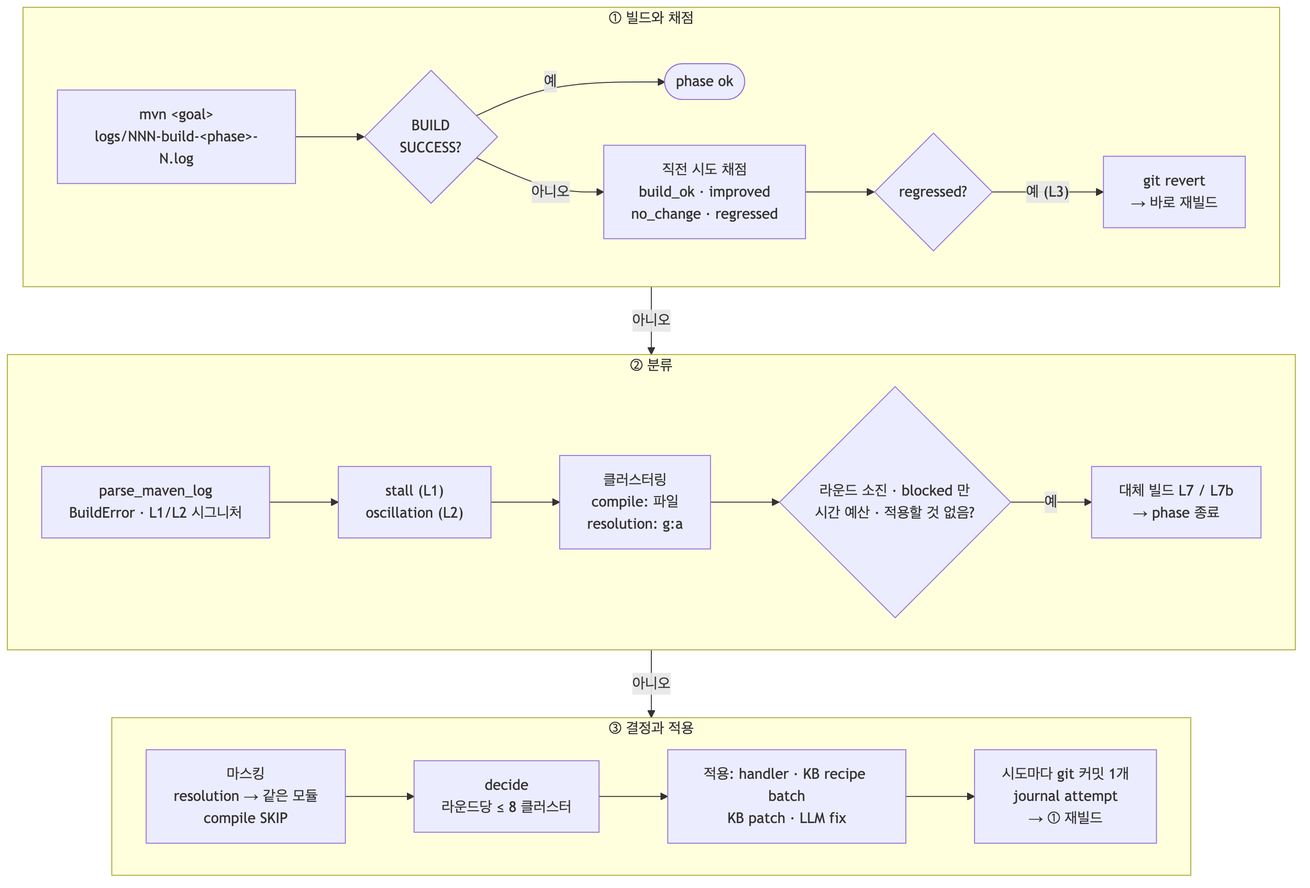
This is docs/migration-agent/diagrams/fix-loop.png from acandiatale/tutu, a Mermaid export, as it was before one commit. Its source is kept beside it as docs/migration-agent/diagrams/fix-loop.mmd. The source it was exported from:
```mermaid
flowchart TB
  subgraph a["① 빌드와 채점"]
    direction LR
    B["mvn &lt;goal&gt;<br/>logs/NNN-build-&lt;phase&gt;-N.log"] --> OK{"BUILD<br/>SUCCESS?"}
    OK -->|예| DONE(["phase ok"])
    OK -->|아니오| SC["직전 시도 채점<br/>build_ok · improved<br/>no_change · regressed"]
    SC --> RV{"regressed?"}
    RV -->|"예 (L3)"| REV["git revert<br/>→ 바로 재빌드"]
  end
  subgraph b["② 분류"]
    direction LR
    P["parse_maven_log<br/>BuildError · L1/L2 시그니처"] --> ST["stall (L1)<br/>oscillation (L2)"] --> C["클러스터링<br/>compile: 파일<br/>resolution: g:a"] --> END{"라운드 소진 · blocked 만<br/>시간 예산 · 적용할 것 없음?"}
    END -->|예| FB["대체 빌드 L7 / L7b<br/>→ phase 종료"]
  end
  subgraph c["③ 결정과 적용"]
    direction LR
    MASK["마스킹<br/>resolution → 같은 모듈<br/>compile SKIP"] --> D["decide<br/>라운드당 ≤ 8 클러스터"] --> AP["적용: handler · KB recipe batch<br/>KB patch · LLM fix"] --> CM["시도마다 git 커밋 1개<br/>journal attempt<br/>→ ① 재빌드"]
  end
  a -->|"아니오"| b
  b -->|아니오| c
```
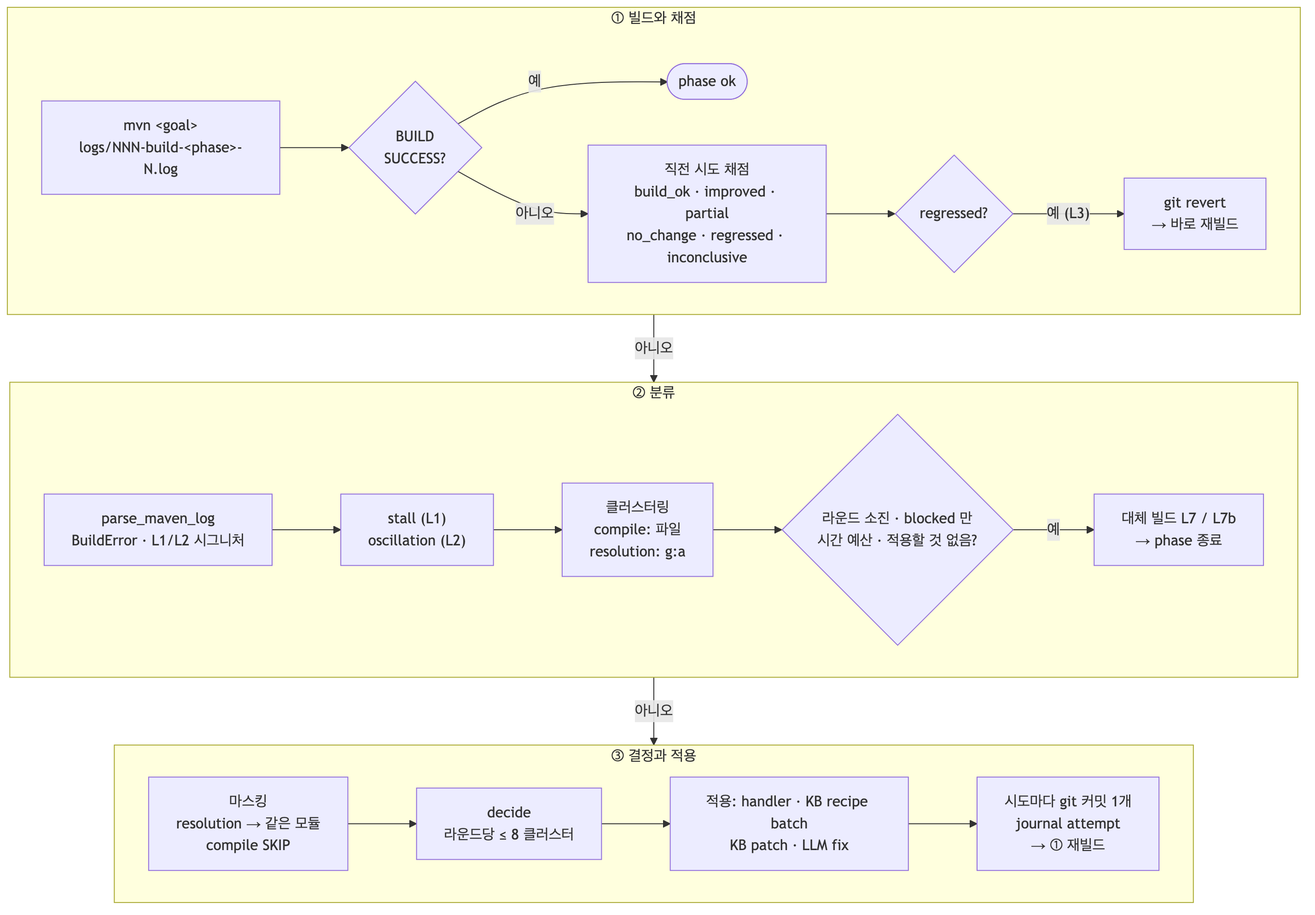
After the change.

Change to the diagram source:
```diff
@@ -3,7 +3,7 @@
     direction LR
     B["mvn &lt;goal&gt;<br/>logs/NNN-build-&lt;phase&gt;-N.log"] --> OK{"BUILD<br/>SUCCESS?"}
     OK -->|예| DONE(["phase ok"])
-    OK -->|아니오| SC["직전 시도 채점<br/>build_ok · improved<br/>no_change · regressed"]
+    OK -->|아니오| SC["직전 시도 채점<br/>build_ok · improved · partial<br/>no_change · regressed · inconclusive"]
     SC --> RV{"regressed?"}
     RV -->|"예 (L3)"| REV["git revert<br/>→ 바로 재빌드"]
   end
```
